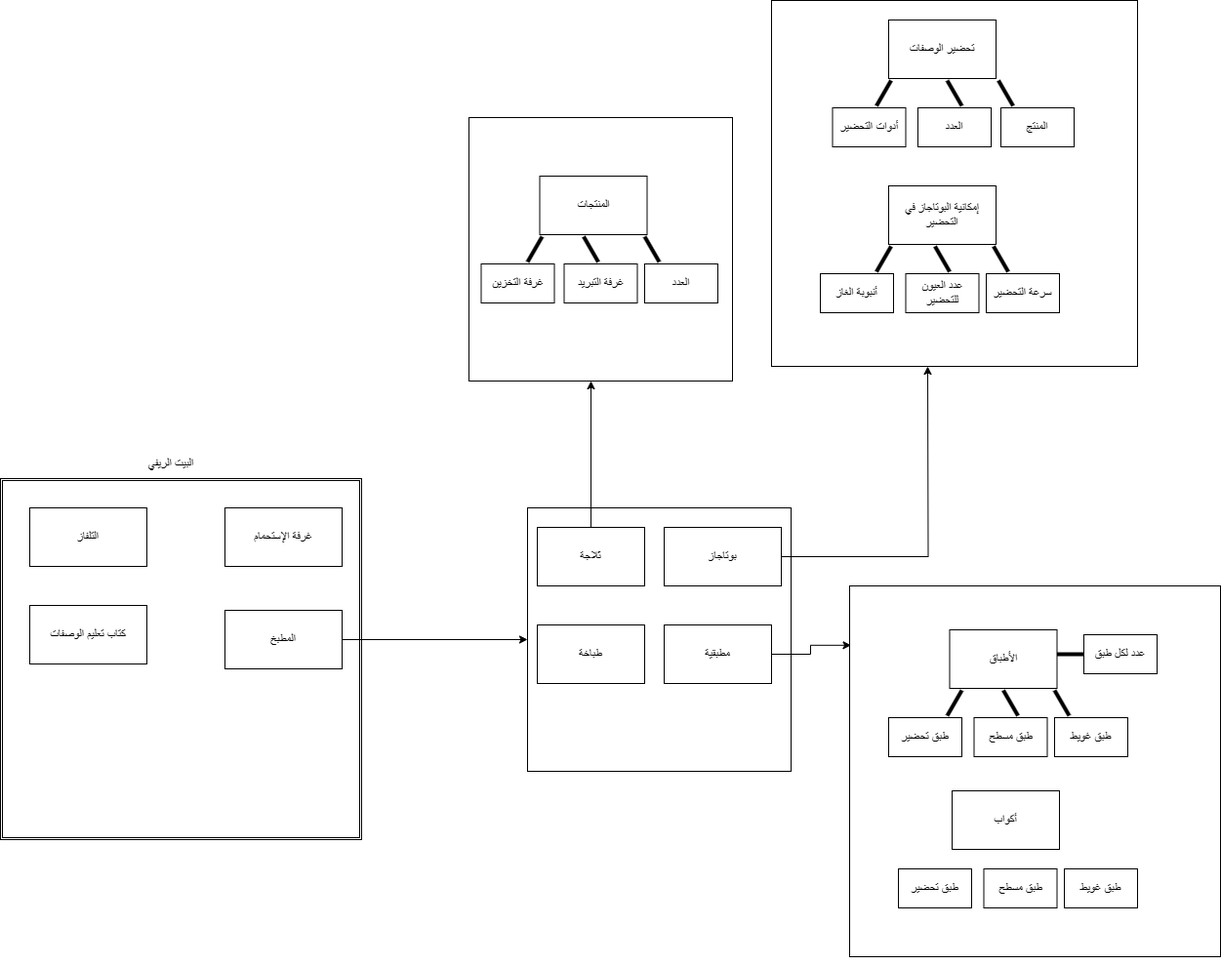
This is Untitled Diagram.drawio.png from mahmoud-y0usef/chefo-uml, a draw.io export, as it was before one commit. Source tidied: cells renumbered, new cells last; positions are measured from the earlier drawing's top-left corner, leaving out a move shared by most shapes. Its diagram source:
```xml
<mxGraphModel>
  <root>
    <mxCell id="0" />
    <mxCell id="1" parent="0" />
    <mxCell id="2" style="shape=ext;double=1;whiteSpace=wrap;html=1;" parent="1" vertex="1">
      <mxGeometry y="490" width="370" height="370" as="geometry" />
    </mxCell>
    <mxCell id="3" value="البيت الريفي" style="text;html=1;strokeColor=none;fillColor=none;align=center;verticalAlign=middle;whiteSpace=wrap;rounded=0;" parent="1" vertex="1">
      <mxGeometry x="145" y="460" width="60" height="30" as="geometry" />
    </mxCell>
    <mxCell id="4" value="غرفة الإستحمام" style="rounded=0;whiteSpace=wrap;html=1;" parent="1" vertex="1">
      <mxGeometry x="230" y="520" width="120" height="60" as="geometry" />
    </mxCell>
    <mxCell id="5" value="التلفاز" style="rounded=0;whiteSpace=wrap;html=1;" parent="1" vertex="1">
      <mxGeometry x="30" y="520" width="120" height="60" as="geometry" />
    </mxCell>
    <mxCell id="6" style="edgeStyle=orthogonalEdgeStyle;rounded=0;jettySize=auto;html=1;exitX=1;exitY=0.5;exitDx=0;exitDy=0;entryX=0;entryY=0.5;entryDx=0;entryDy=0;" parent="1" edge="1" source="7" target="10">
      <mxGeometry relative="1" as="geometry" />
    </mxCell>
    <mxCell id="7" value="المطبخ" style="rounded=0;whiteSpace=wrap;html=1;" parent="1" vertex="1">
      <mxGeometry x="230" y="625" width="120" height="60" as="geometry" />
    </mxCell>
    <mxCell id="8" value="كتاب تعليم الوصفات" style="rounded=0;whiteSpace=wrap;html=1;" parent="1" vertex="1">
      <mxGeometry x="30" y="620" width="120" height="60" as="geometry" />
    </mxCell>
    <mxCell id="9" style="edgeStyle=orthogonalEdgeStyle;rounded=0;orthogonalLoop=1;jettySize=auto;html=1;exitX=0.5;exitY=1;exitDx=0;exitDy=0;" parent="1" edge="1" source="2" target="2">
      <mxGeometry relative="1" as="geometry" />
    </mxCell>
    <mxCell id="10" style="whiteSpace=wrap;html=1;" parent="1" vertex="1">
      <mxGeometry x="540" y="520" width="270" height="270" as="geometry" />
    </mxCell>
    <mxCell id="11" style="edgeStyle=orthogonalEdgeStyle;rounded=0;jettySize=auto;html=1;exitX=1;exitY=0.5;exitDx=0;exitDy=0;" parent="1" edge="1" source="12">
      <mxGeometry relative="1" as="geometry">
        <mxPoint x="950" y="375" as="targetPoint" />
      </mxGeometry>
    </mxCell>
    <mxCell id="12" value="بوتاجاز" style="rounded=0;whiteSpace=wrap;html=1;" parent="1" vertex="1">
      <mxGeometry x="680" y="540" width="120" height="60" as="geometry" />
    </mxCell>
    <mxCell id="13" style="edgeStyle=orthogonalEdgeStyle;rounded=0;jettySize=auto;html=1;" parent="1" edge="1" source="14">
      <mxGeometry relative="1" as="geometry">
        <mxPoint x="605" y="390" as="targetPoint" />
      </mxGeometry>
    </mxCell>
    <mxCell id="14" value="ثلاجة" style="rounded=0;whiteSpace=wrap;html=1;" parent="1" vertex="1">
      <mxGeometry x="550" y="540" width="110" height="60" as="geometry" />
    </mxCell>
    <mxCell id="15" style="whiteSpace=wrap;html=1;" parent="1" vertex="1">
      <mxGeometry x="480" y="120" width="270" height="270" as="geometry" />
    </mxCell>
    <mxCell id="16" value="المنتجات" style="rounded=0;whiteSpace=wrap;html=1;" parent="1" vertex="1">
      <mxGeometry x="552.5" y="180" width="110" height="60" as="geometry" />
    </mxCell>
    <mxCell id="17" style="whiteSpace=wrap;html=1;" parent="1" vertex="1">
      <mxGeometry x="790" width="375" height="375" as="geometry" />
    </mxCell>
    <mxCell id="18" value="تحضير الوصفات" style="rounded=0;whiteSpace=wrap;html=1;" parent="1" vertex="1">
      <mxGeometry x="910" y="20" width="110" height="60" as="geometry" />
    </mxCell>
    <mxCell id="19" value="طباخة" style="rounded=0;whiteSpace=wrap;html=1;" parent="1" vertex="1">
      <mxGeometry x="550" y="640" width="110" height="60" as="geometry" />
    </mxCell>
    <mxCell id="20" value="مطبقية" style="rounded=0;whiteSpace=wrap;html=1;" parent="1" vertex="1">
      <mxGeometry x="680" y="640" width="110" height="60" as="geometry" />
    </mxCell>
    <mxCell id="21" value="إمكانية البوتاجاز في التحضير" style="rounded=0;whiteSpace=wrap;html=1;" parent="1" vertex="1">
      <mxGeometry x="910" y="190" width="110" height="60" as="geometry" />
    </mxCell>
    <mxCell id="22" value="عدد العيون للتحضير" style="whiteSpace=wrap;html=1;rounded=0;" parent="1" vertex="1">
      <mxGeometry x="927.5" y="280" width="75" height="40" as="geometry" />
    </mxCell>
    <mxCell id="23" value="سرعة التحضير" style="whiteSpace=wrap;html=1;rounded=0;" parent="1" vertex="1">
      <mxGeometry x="1010" y="280" width="75" height="40" as="geometry" />
    </mxCell>
    <mxCell id="24" style="line;strokeWidth=4;direction=south;html=1;perimeter=backbonePerimeter;rotation=-30;" parent="1" vertex="1">
      <mxGeometry x="1020" y="250" width="10" height="30" as="geometry" />
    </mxCell>
    <mxCell id="25" style="line;strokeWidth=4;direction=south;html=1;perimeter=backbonePerimeter;rotation=-30;" parent="1" vertex="1">
      <mxGeometry x="960" y="250" width="10" height="30" as="geometry" />
    </mxCell>
    <mxCell id="26" value="أنبوبة الغاز" style="whiteSpace=wrap;html=1;rounded=0;" parent="1" vertex="1">
      <mxGeometry x="840" y="280" width="75" height="40" as="geometry" />
    </mxCell>
    <mxCell id="27" style="line;strokeWidth=4;direction=south;html=1;perimeter=backbonePerimeter;rotation=30;" parent="1" vertex="1">
      <mxGeometry x="900" y="250" width="10" height="30" as="geometry" />
    </mxCell>
    <mxCell id="28" value="العدد" style="whiteSpace=wrap;html=1;rounded=0;" parent="1" vertex="1">
      <mxGeometry x="940" y="110" width="75" height="40" as="geometry" />
    </mxCell>
    <mxCell id="29" value="المنتج" style="whiteSpace=wrap;html=1;rounded=0;" parent="1" vertex="1">
      <mxGeometry x="1025" y="110" width="75" height="40" as="geometry" />
    </mxCell>
    <mxCell id="30" value="أدوات التحضير" style="whiteSpace=wrap;html=1;rounded=0;" parent="1" vertex="1">
      <mxGeometry x="852.5" y="110" width="75" height="40" as="geometry" />
    </mxCell>
    <mxCell id="31" style="line;strokeWidth=4;direction=south;html=1;perimeter=backbonePerimeter;rotation=-30;" parent="1" vertex="1">
      <mxGeometry x="1025" y="80" width="10" height="30" as="geometry" />
    </mxCell>
    <mxCell id="32" style="line;strokeWidth=4;direction=south;html=1;perimeter=backbonePerimeter;rotation=-30;" parent="1" vertex="1">
      <mxGeometry x="972.5" y="80" width="10" height="30" as="geometry" />
    </mxCell>
    <mxCell id="33" style="line;strokeWidth=4;direction=south;html=1;perimeter=backbonePerimeter;rotation=30;" parent="1" vertex="1">
      <mxGeometry x="900" y="80" width="10" height="30" as="geometry" />
    </mxCell>
    <mxCell id="34" value="غرفة التبريد" style="whiteSpace=wrap;html=1;rounded=0;" parent="1" vertex="1">
      <mxGeometry x="577.5" y="270" width="75" height="40" as="geometry" />
    </mxCell>
    <mxCell id="35" value="العدد" style="whiteSpace=wrap;html=1;rounded=0;" parent="1" vertex="1">
      <mxGeometry x="660" y="270" width="75" height="40" as="geometry" />
    </mxCell>
    <mxCell id="36" value="غرفة التخزين" style="whiteSpace=wrap;html=1;rounded=0;" parent="1" vertex="1">
      <mxGeometry x="492.5" y="270" width="75" height="40" as="geometry" />
    </mxCell>
    <mxCell id="37" style="line;strokeWidth=4;direction=south;html=1;perimeter=backbonePerimeter;rotation=-30;" parent="1" vertex="1">
      <mxGeometry x="662.5" y="240" width="10" height="30" as="geometry" />
    </mxCell>
    <mxCell id="38" style="line;strokeWidth=4;direction=south;html=1;perimeter=backbonePerimeter;rotation=-30;" parent="1" vertex="1">
      <mxGeometry x="600" y="240" width="10" height="30" as="geometry" />
    </mxCell>
    <mxCell id="39" style="line;strokeWidth=4;direction=south;html=1;perimeter=backbonePerimeter;rotation=30;" parent="1" vertex="1">
      <mxGeometry x="542.5" y="240" width="10" height="30" as="geometry" />
    </mxCell>
    <mxCell id="40" style="whiteSpace=wrap;html=1;" parent="1" vertex="1">
      <mxGeometry x="870" y="600" width="380" height="380" as="geometry" />
    </mxCell>
    <mxCell id="41" style="edgeStyle=orthogonalEdgeStyle;rounded=0;jettySize=auto;html=1;entryX=0.004;entryY=0.16;entryDx=0;entryDy=0;entryPerimeter=0;" parent="1" edge="1" source="20" target="40">
      <mxGeometry relative="1" as="geometry" />
    </mxCell>
    <mxCell id="42" style="edgeStyle=orthogonalEdgeStyle;rounded=0;orthogonalLoop=1;jettySize=auto;html=1;exitX=0.5;exitY=1;exitDx=0;exitDy=0;" parent="1" edge="1" source="40" target="40">
      <mxGeometry relative="1" as="geometry" />
    </mxCell>
    <mxCell id="43" value="الأطباق" style="rounded=0;whiteSpace=wrap;html=1;" parent="1" vertex="1">
      <mxGeometry x="972.5" y="645" width="110" height="60" as="geometry" />
    </mxCell>
    <mxCell id="44" style="line;strokeWidth=4;direction=south;html=1;perimeter=backbonePerimeter;rotation=-30;" parent="1" vertex="1">
      <mxGeometry x="1082.5" y="705" width="10" height="30" as="geometry" />
    </mxCell>
    <mxCell id="45" style="line;strokeWidth=4;direction=south;html=1;perimeter=backbonePerimeter;rotation=-30;" parent="1" vertex="1">
      <mxGeometry x="1030" y="705" width="10" height="30" as="geometry" />
    </mxCell>
    <mxCell id="46" style="line;strokeWidth=4;direction=south;html=1;perimeter=backbonePerimeter;rotation=30;" parent="1" vertex="1">
      <mxGeometry x="972.5" y="705" width="10" height="30" as="geometry" />
    </mxCell>
    <mxCell id="47" value="طبق مسطح" style="whiteSpace=wrap;html=1;rounded=0;" parent="1" vertex="1">
      <mxGeometry x="997.5" y="735" width="75" height="40" as="geometry" />
    </mxCell>
    <mxCell id="48" value="طبق غويط" style="whiteSpace=wrap;html=1;rounded=0;" parent="1" vertex="1">
      <mxGeometry x="1080" y="735" width="75" height="40" as="geometry" />
    </mxCell>
    <mxCell id="49" value="طبق تحضير" style="whiteSpace=wrap;html=1;rounded=0;" parent="1" vertex="1">
      <mxGeometry x="910" y="735" width="75" height="40" as="geometry" />
    </mxCell>
    <mxCell id="50" value="أكواب" style="rounded=0;whiteSpace=wrap;html=1;" parent="1" vertex="1">
      <mxGeometry x="975" y="810" width="110" height="60" as="geometry" />
    </mxCell>
    <mxCell id="51" value="طبق مسطح" style="whiteSpace=wrap;html=1;rounded=0;" parent="1" vertex="1">
      <mxGeometry x="1007.5" y="890" width="75" height="40" as="geometry" />
    </mxCell>
    <mxCell id="52" value="طبق غويط" style="whiteSpace=wrap;html=1;rounded=0;" parent="1" vertex="1">
      <mxGeometry x="1090" y="890" width="75" height="40" as="geometry" />
    </mxCell>
    <mxCell id="53" value="طبق تحضير" style="whiteSpace=wrap;html=1;rounded=0;" parent="1" vertex="1">
      <mxGeometry x="920" y="890" width="75" height="40" as="geometry" />
    </mxCell>
    <mxCell id="54" style="line;strokeWidth=4;direction=south;html=1;perimeter=backbonePerimeter;rotation=-90;" parent="1" vertex="1">
      <mxGeometry x="1092.5" y="655" width="10" height="30" as="geometry" />
    </mxCell>
    <mxCell id="55" value="عدد لكل طبق" style="whiteSpace=wrap;html=1;rounded=0;" parent="1" vertex="1">
      <mxGeometry x="1110" y="650" width="75" height="40" as="geometry" />
    </mxCell>
  </root>
</mxGraphModel>
```
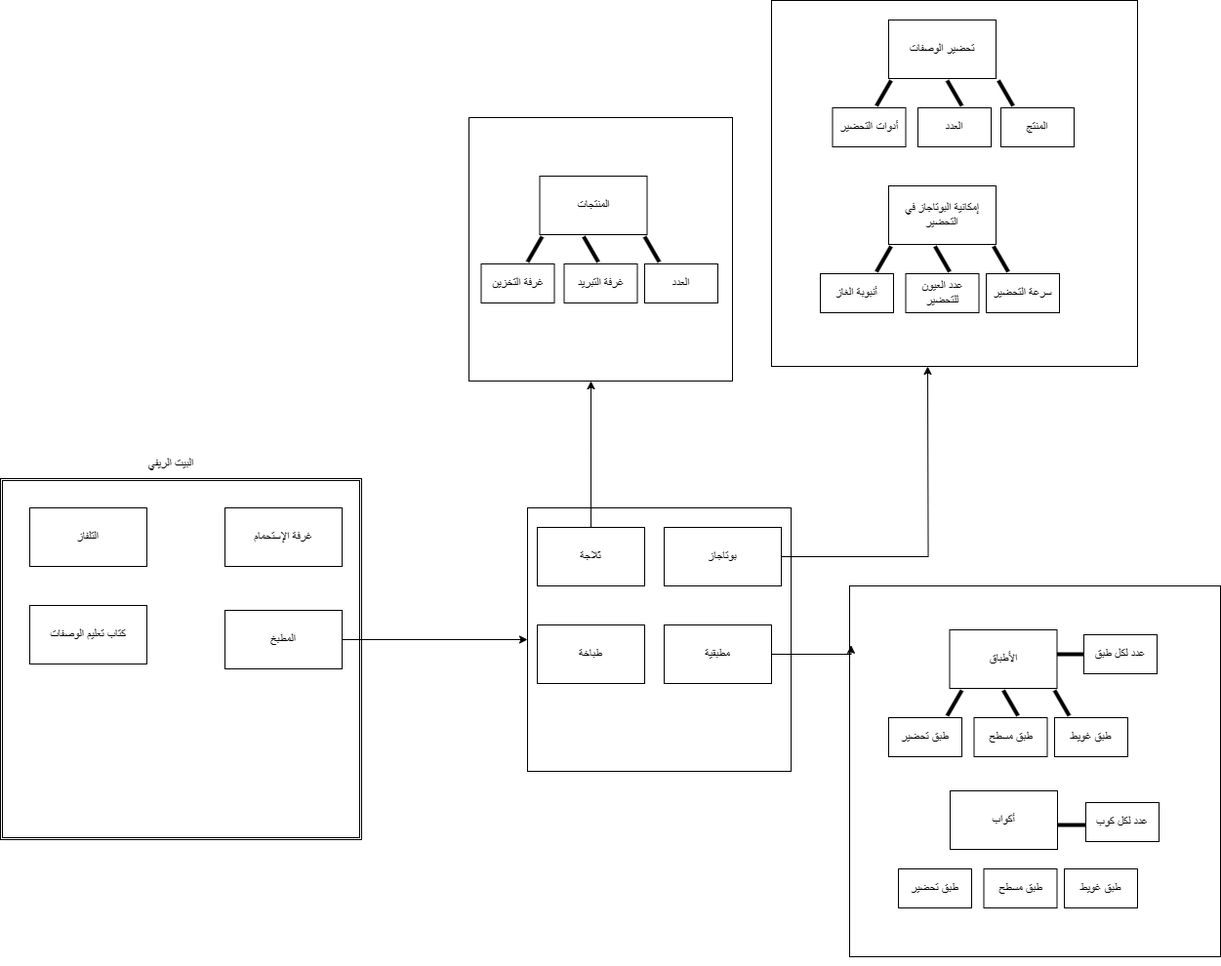
After the change.

Change to the diagram source:
```diff
@@ -124,7 +124,11 @@
       <mxGeometry x="870" y="600" width="380" height="380" as="geometry" />
     </mxCell>
     <mxCell id="41" style="edgeStyle=orthogonalEdgeStyle;rounded=0;jettySize=auto;html=1;entryX=0.004;entryY=0.16;entryDx=0;entryDy=0;entryPerimeter=0;" parent="1" edge="1" source="20" target="40">
-      <mxGeometry relative="1" as="geometry" />
+      <mxGeometry relative="1" as="geometry">
+        <Array as="points">
+          <mxPoint x="871" y="670" />
+        </Array>
+      </mxGeometry>
     </mxCell>
     <mxCell id="42" style="edgeStyle=orthogonalEdgeStyle;rounded=0;orthogonalLoop=1;jettySize=auto;html=1;exitX=0.5;exitY=1;exitDx=0;exitDy=0;" parent="1" edge="1" source="40" target="40">
       <mxGeometry relative="1" as="geometry" />
@@ -151,7 +155,7 @@
       <mxGeometry x="910" y="735" width="75" height="40" as="geometry" />
     </mxCell>
     <mxCell id="50" value="أكواب" style="rounded=0;whiteSpace=wrap;html=1;" parent="1" vertex="1">
-      <mxGeometry x="975" y="810" width="110" height="60" as="geometry" />
+      <mxGeometry x="973" y="810" width="110" height="60" as="geometry" />
     </mxCell>
     <mxCell id="51" value="طبق مسطح" style="whiteSpace=wrap;html=1;rounded=0;" parent="1" vertex="1">
       <mxGeometry x="1007.5" y="890" width="75" height="40" as="geometry" />
@@ -168,5 +172,11 @@
     <mxCell id="55" value="عدد لكل طبق" style="whiteSpace=wrap;html=1;rounded=0;" parent="1" vertex="1">
       <mxGeometry x="1110" y="650" width="75" height="40" as="geometry" />
     </mxCell>
+    <mxCell id="56" value="عدد لكل كوب" style="whiteSpace=wrap;html=1;rounded=0;" parent="1" vertex="1">
+      <mxGeometry x="1112" y="822" width="75" height="40" as="geometry" />
+    </mxCell>
+    <mxCell id="57" style="line;strokeWidth=4;direction=south;html=1;perimeter=backbonePerimeter;rotation=-90;" parent="1" vertex="1">
+      <mxGeometry x="1092.5" y="830" width="10" height="30" as="geometry" />
+    </mxCell>
   </root>
 </mxGraphModel>
```
